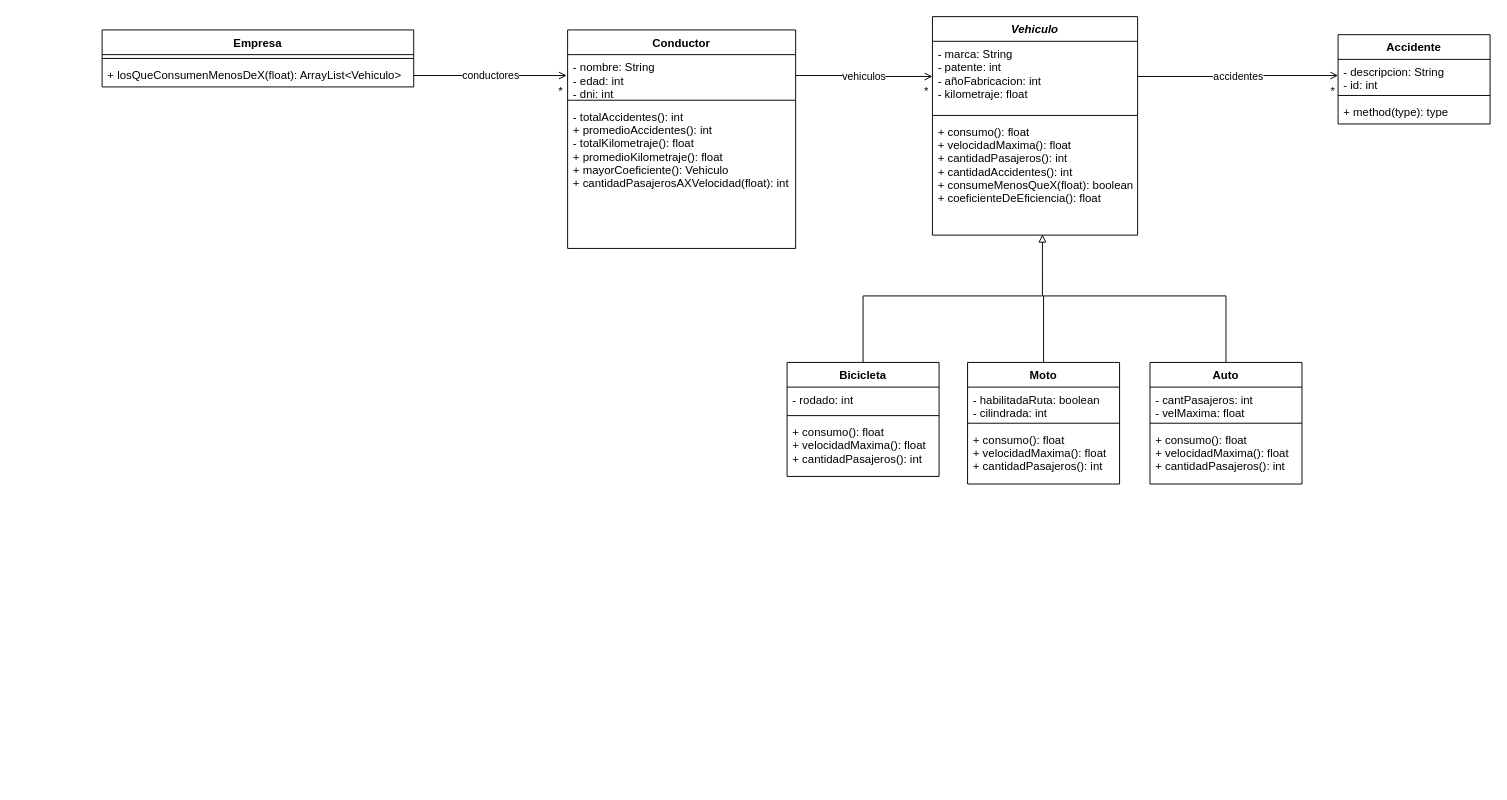
Earlier version of the draw.io diagram uml/alquiler.drawio (liamsemicolon/POO2022). Source tidied: cells renumbered, new cells numbered last; positions are measured from the earlier drawing's top-left corner, leaving out a move shared by most shapes. Both pictures are drawn from the tidied source at 95%, with x=0, y=0 at pixel (102, 16).
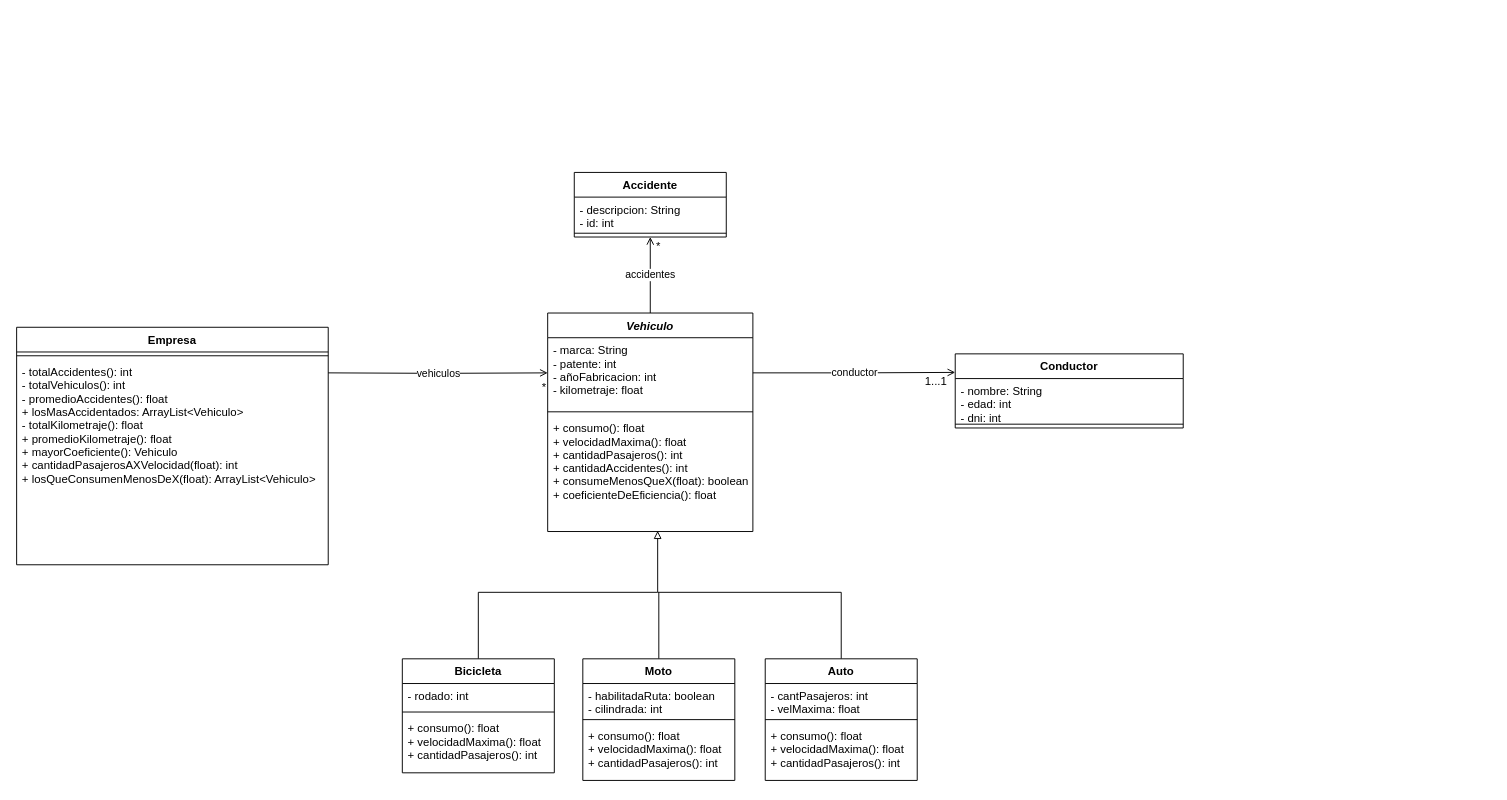
The same page after the edit.

Unchanged cells that the change refers to:
```xml
<mxCell id="3" value="- marca: String&#10;- patente: int&#10;- añoFabricacion: int&#10;- kilometraje: float" style="text;strokeColor=none;fillColor=none;align=left;verticalAlign=top;spacingLeft=4;spacingRight=4;overflow=hidden;points=[[0,0.5],[1,0.5]];portConstraint=eastwest;" parent="2" vertex="1">
  <mxGeometry y="26" width="216" height="74" as="geometry" />
</mxCell>
<mxCell id="5" value="+ consumo(): float&#10;+ velocidadMaxima(): float&#10;+ cantidadPasajeros(): int&#10;+ cantidadAccidentes(): int&#10;+ consumeMenosQueX(float): boolean&#10;+ coeficienteDeEficiencia(): float" style="text;strokeColor=none;fillColor=none;align=left;verticalAlign=top;spacingLeft=4;spacingRight=4;overflow=hidden;points=[[0,0.5],[1,0.5]];portConstraint=eastwest;" parent="2" vertex="1">
  <mxGeometry y="108" width="216" height="122" as="geometry" />
</mxCell>
<mxCell id="7" value="- descripcion: String&#10;- id: int" style="text;strokeColor=none;fillColor=none;align=left;verticalAlign=top;spacingLeft=4;spacingRight=4;overflow=hidden;points=[[0,0.5],[1,0.5]];portConstraint=eastwest;" parent="6" vertex="1">
  <mxGeometry y="26" width="160" height="34" as="geometry" />
</mxCell>
<mxCell id="13" value="- nombre: String&#10;- edad: int&#10;- dni: int" style="text;strokeColor=none;fillColor=none;align=left;verticalAlign=top;spacingLeft=4;spacingRight=4;overflow=hidden;points=[[0,0.5],[1,0.5]];portConstraint=eastwest;" parent="12" vertex="1">
  <mxGeometry y="26" width="240" height="44" as="geometry" />
</mxCell>
```

What changed in the source:
```diff
@@
+    <mxCell id="10" value="accidentes" style="edgeStyle=orthogonalEdgeStyle;rounded=0;jettySize=auto;html=1;exitX=0.5;exitY=0;exitDx=0;exitDy=0;entryX=0.5;entryY=1;entryDx=0;entryDy=0;endArrow=open;endFill=0;" parent="1" edge="1" source="2" target="6">
+      <mxGeometry relative="1" as="geometry" />
+    </mxCell>
     <mxCell id="2" value="Vehiculo" style="swimlane;fontStyle=3;align=center;verticalAlign=top;horizontal=1;startSize=26;" parent="1" vertex="1">
-      <mxGeometry x="874" width="216" height="230" as="geometry" />
+      <mxGeometry x="469" y="312" width="216" height="230" as="geometry" />
     </mxCell>
@@
     <mxCell id="6" value="Accidente" style="swimlane;fontStyle=1;align=center;verticalAlign=top;horizontal=1;startSize=26;" parent="1" vertex="1">
-      <mxGeometry x="1301" y="19" width="160" height="94" as="geometry" />
+      <mxGeometry x="497" y="164" width="160" height="68" as="geometry" />
     </mxCell>
@@
-    <mxCell id="9" value="+ method(type): type" style="text;strokeColor=none;fillColor=none;align=left;verticalAlign=top;spacingLeft=4;spacingRight=4;overflow=hidden;" parent="6" vertex="1">
-      <mxGeometry y="68" width="160" height="26" as="geometry" />
-    </mxCell>
-    <mxCell id="10" value="accidentes" style="edgeStyle=orthogonalEdgeStyle;rounded=0;jettySize=auto;html=1;exitX=1;exitY=0.5;exitDx=0;exitDy=0;entryX=0;entryY=0.5;entryDx=0;entryDy=0;endArrow=open;endFill=0;" parent="1" edge="1" source="3" target="7">
-      <mxGeometry relative="1" as="geometry" />
-    </mxCell>
     <mxCell id="11" value="*" style="text;html=1;strokeColor=none;fillColor=none;align=center;verticalAlign=middle;whiteSpace=wrap;rounded=0;" parent="1" vertex="1">
-      <mxGeometry x="1291" y="74" width="10" height="10" as="geometry" />
+      <mxGeometry x="581" y="237" width="10" height="10" as="geometry" />
     </mxCell>
     <mxCell id="12" value="Conductor" style="swimlane;fontStyle=1;align=center;verticalAlign=top;horizontal=1;startSize=26;" parent="1" vertex="1">
-      <mxGeometry x="490" y="14" width="240" height="230" as="geometry" />
+      <mxGeometry x="898" y="355" width="240" height="78" as="geometry" />
     </mxCell>
@@
-    <mxCell id="15" value="- totalAccidentes(): int&#10;+ promedioAccidentes(): int&#10;- totalKilometraje(): float&#10;+ promedioKilometraje(): float&#10;+ mayorCoeficiente(): Vehiculo&#10;+ cantidadPasajerosAXVelocidad(float): int&#10;" style="text;strokeColor=none;fillColor=none;align=left;verticalAlign=top;spacingLeft=4;spacingRight=4;overflow=hidden;" parent="12" vertex="1">
-      <mxGeometry y="78" width="240" height="152" as="geometry" />
-    </mxCell>
-    <mxCell id="16" value="vehiculos" style="edgeStyle=orthogonalEdgeStyle;rounded=0;jettySize=auto;html=1;exitX=1;exitY=0.5;exitDx=0;exitDy=0;endArrow=open;endFill=0;" parent="1" edge="1" source="13" target="3">
-      <mxGeometry relative="1" as="geometry" />
-    </mxCell>
-    <mxCell id="17" value="*" style="text;html=1;strokeColor=none;fillColor=none;align=center;verticalAlign=middle;whiteSpace=wrap;rounded=0;" parent="1" vertex="1">
-      <mxGeometry x="863" y="74" width="10" height="10" as="geometry" />
-    </mxCell>
     <mxCell id="18" style="edgeStyle=orthogonalEdgeStyle;rounded=0;jettySize=auto;html=1;exitX=0.5;exitY=0;exitDx=0;exitDy=0;endArrow=block;endFill=0;entryX=0.536;entryY=0.994;entryDx=0;entryDy=0;entryPerimeter=0;" parent="1" edge="1" source="19" target="5">
       <mxGeometry relative="1" as="geometry">
         <Array as="points">
-          <mxPoint x="801" y="294" />
-          <mxPoint x="990" y="294" />
+          <mxPoint x="396" y="606" />
+          <mxPoint x="585" y="606" />
         </Array>
       </mxGeometry>
     </mxCell>
     <mxCell id="19" value="Bicicleta" style="swimlane;fontStyle=1;align=center;verticalAlign=top;horizontal=1;startSize=26;" parent="1" vertex="1">
-      <mxGeometry x="721" y="364" width="160" height="120" as="geometry" />
+      <mxGeometry x="316" y="676" width="160" height="120" as="geometry" />
     </mxCell>
@@
     <mxCell id="23" style="edgeStyle=orthogonalEdgeStyle;rounded=0;jettySize=auto;html=1;exitX=0.5;exitY=0;exitDx=0;exitDy=0;endArrow=none;endFill=0;" parent="1" edge="1" source="24">
       <mxGeometry relative="1" as="geometry">
-        <mxPoint x="991" y="294" as="targetPoint" />
+        <mxPoint x="586" y="606" as="targetPoint" />
         <Array as="points">
-          <mxPoint x="991" y="364" />
+          <mxPoint x="586" y="676" />
         </Array>
       </mxGeometry>
     </mxCell>
     <mxCell id="24" value="Moto" style="swimlane;fontStyle=1;align=center;verticalAlign=top;horizontal=1;startSize=26;" parent="1" vertex="1">
-      <mxGeometry x="911" y="364" width="160" height="128" as="geometry" />
+      <mxGeometry x="506" y="676" width="160" height="128" as="geometry" />
     </mxCell>
@@
     <mxCell id="28" style="edgeStyle=orthogonalEdgeStyle;rounded=0;jettySize=auto;html=1;exitX=0.5;exitY=0;exitDx=0;exitDy=0;endArrow=none;endFill=0;" parent="1" edge="1" source="29">
       <mxGeometry relative="1" as="geometry">
-        <mxPoint x="990" y="294" as="targetPoint" />
+        <mxPoint x="585" y="606" as="targetPoint" />
         <Array as="points">
-          <mxPoint x="1183" y="294" />
+          <mxPoint x="778" y="606" />
         </Array>
       </mxGeometry>
     </mxCell>
     <mxCell id="29" value="Auto" style="swimlane;fontStyle=1;align=center;verticalAlign=top;horizontal=1;startSize=26;" parent="1" vertex="1">
-      <mxGeometry x="1103" y="364" width="160" height="128" as="geometry" />
+      <mxGeometry x="698" y="676" width="160" height="128" as="geometry" />
     </mxCell>
@@
     <mxCell id="33" value="Empresa" style="swimlane;fontStyle=1;align=center;verticalAlign=top;horizontal=1;startSize=26;" parent="1" vertex="1">
-      <mxGeometry y="14" width="328" height="60" as="geometry" />
+      <mxGeometry x="-90" y="327" width="328" height="250" as="geometry" />
     </mxCell>
@@
-    <mxCell id="35" value="+ losQueConsumenMenosDeX(float): ArrayList&lt;Vehiculo&gt;" style="text;strokeColor=none;fillColor=none;align=left;verticalAlign=top;spacingLeft=4;spacingRight=4;overflow=hidden;" parent="33" vertex="1">
-      <mxGeometry y="34" width="328" height="26" as="geometry" />
+    <mxCell id="35" value="- totalAccidentes(): int&#10;- totalVehiculos(): int&#10;- promedioAccidentes(): float&#10;+ losMasAccidentados: ArrayList&lt;Vehiculo&gt;&#10;- totalKilometraje(): float&#10;+ promedioKilometraje(): float&#10;+ mayorCoeficiente(): Vehiculo&#10;+ cantidadPasajerosAXVelocidad(float): int&#10;+ losQueConsumenMenosDeX(float): ArrayList&lt;Vehiculo&gt;" style="text;strokeColor=none;fillColor=none;align=left;verticalAlign=top;spacingLeft=4;spacingRight=4;overflow=hidden;" parent="33" vertex="1">
+      <mxGeometry y="34" width="328" height="216" as="geometry" />
     </mxCell>
-    <mxCell id="36" value="conductores" style="edgeStyle=orthogonalEdgeStyle;rounded=0;orthogonalLoop=1;jettySize=auto;html=1;exitX=1;exitY=0.5;exitDx=0;exitDy=0;entryX=0;entryY=0.5;entryDx=0;entryDy=0;endArrow=open;endFill=0;" parent="1" edge="1">
+    <mxCell id="36" value="vehiculos" style="edgeStyle=orthogonalEdgeStyle;rounded=0;jettySize=auto;html=1;exitX=1;exitY=0.5;exitDx=0;exitDy=0;endArrow=open;endFill=0;entryX=0;entryY=0.5;entryDx=0;entryDy=0;" parent="1" edge="1" target="3">
       <mxGeometry relative="1" as="geometry">
-        <mxPoint x="328" y="62" as="sourcePoint" />
-        <mxPoint x="489" y="62" as="targetPoint" />
+        <mxPoint x="238" y="375" as="sourcePoint" />
       </mxGeometry>
     </mxCell>
-    <mxCell id="37" value="*" style="text;html=1;strokeColor=none;fillColor=none;align=center;verticalAlign=middle;whiteSpace=wrap;rounded=0;" parent="1" vertex="1">
-      <mxGeometry x="478" y="74" width="10" height="10" as="geometry" />
-    </mxCell>
+    <mxCell id="38" value="conductor" style="edgeStyle=orthogonalEdgeStyle;rounded=0;jettySize=auto;html=1;exitX=1;exitY=0.5;exitDx=0;exitDy=0;entryX=0;entryY=0.25;entryDx=0;entryDy=0;endArrow=open;endFill=0;" parent="1" edge="1" source="3" target="12">
+      <mxGeometry relative="1" as="geometry" />
+    </mxCell>
+    <mxCell id="39" value="*" style="text;html=1;strokeColor=none;fillColor=none;align=center;verticalAlign=middle;whiteSpace=wrap;rounded=0;" parent="1" vertex="1">
+      <mxGeometry x="462" y="386" width="7" height="10" as="geometry" />
+    </mxCell>
+    <mxCell id="40" value="1...1" style="text;html=1;strokeColor=none;fillColor=none;align=center;verticalAlign=middle;whiteSpace=wrap;rounded=0;" parent="1" vertex="1">
+      <mxGeometry x="868" y="379" width="20" height="10" as="geometry" />
+    </mxCell>
```
